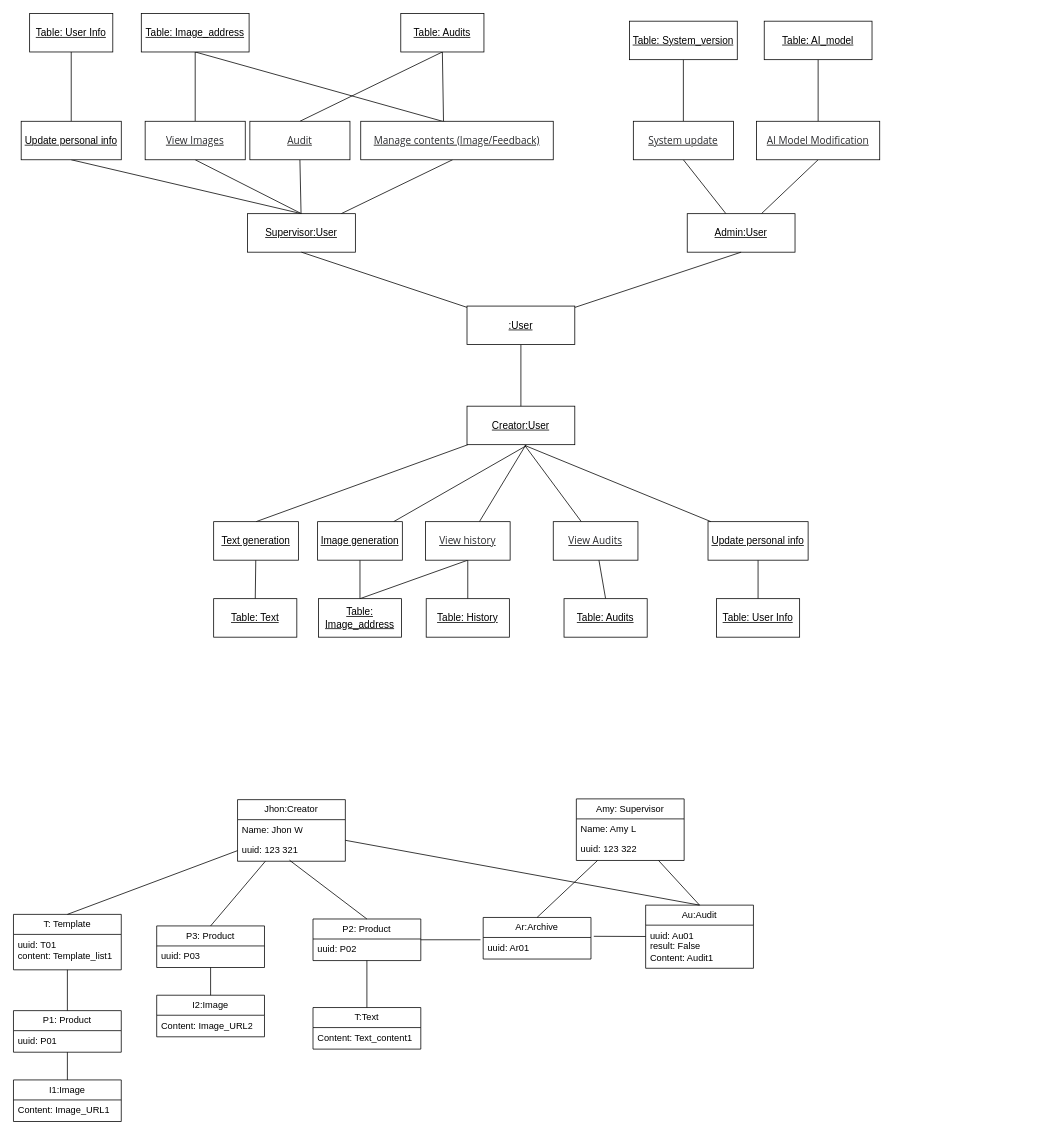
This is Documentation/Object diagram/Object Diagram.drawio from Darrenchenn/Model-based-software-design, a draw.io file, before an edit. Source tidied: cells renumbered, new cells numbered last; positions are measured from the earlier drawing's top-left corner, leaving out a move shared by most shapes. Both pictures are drawn from the tidied source at 77%, with x=0, y=0 at pixel (13, 13).
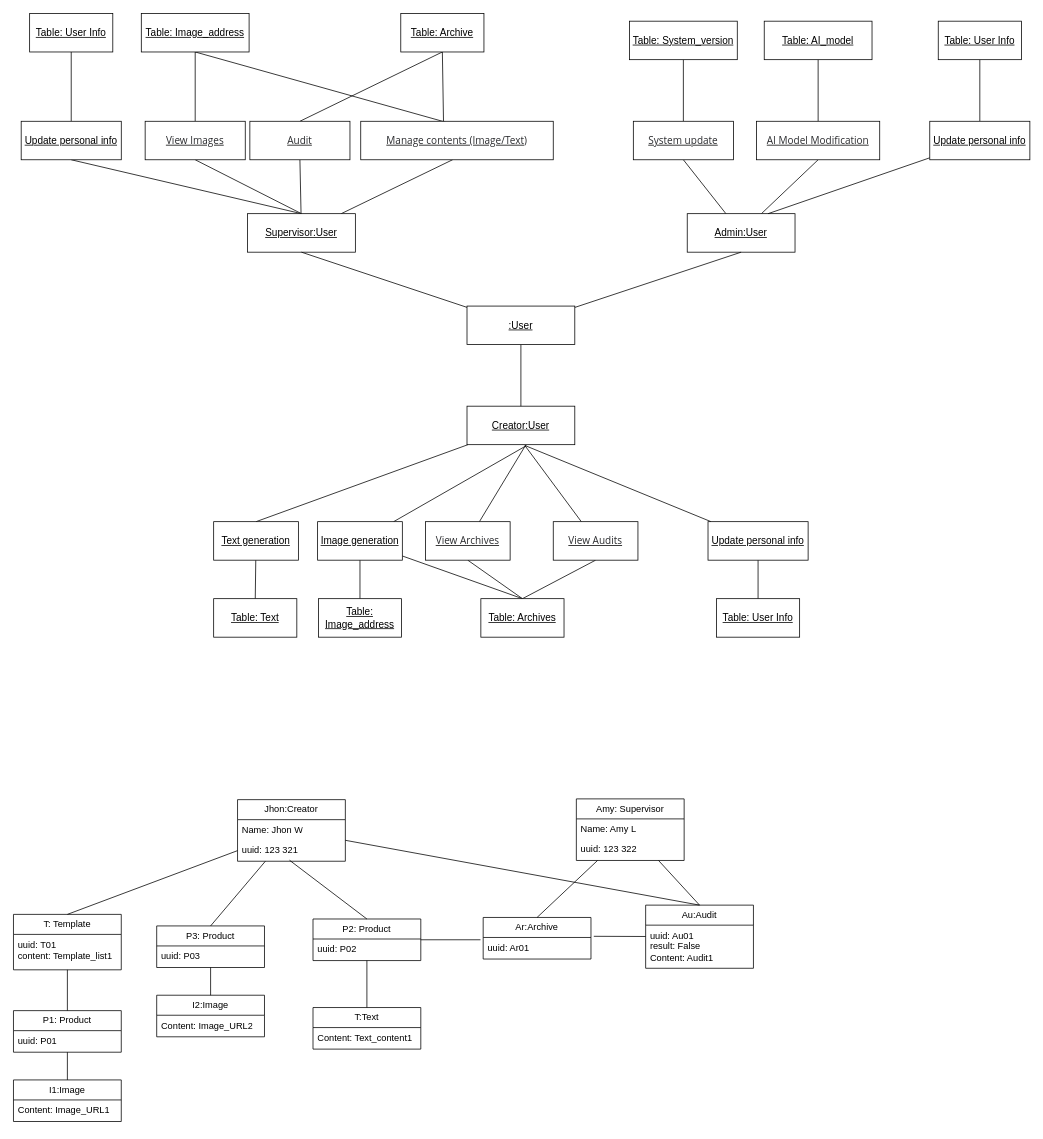
The same diagram, later.

Unchanged cells that the change refers to:
```xml
<mxCell id="9" value="Image generation" style="html=1;whiteSpace=wrap;fontSize=13;fontStyle=4;" parent="1" vertex="1">
  <mxGeometry x="395" y="660" width="110" height="50" as="geometry" />
</mxCell>
<mxCell id="14" value="&lt;ul style=&quot;box-sizing: border-box; margin: 0px; padding: 0px; color: rgb(42, 43, 46); font-family: &amp;quot;PingFang SC&amp;quot;, &amp;quot;Segoe UI&amp;quot;, Arial, &amp;quot;Microsoft YaHei&amp;quot;, 微软雅黑, 宋体, &amp;quot;Malgun Gothic&amp;quot;, sans-serif; font-size: 13px; text-align: start;&quot;&gt;&lt;li style=&quot;box-sizing: border-box; margin: 0px; padding: 0px; list-style: none; font-size: 13px;&quot;&gt;&lt;p style=&quot;box-sizing: border-box; margin: 0px 0px 2px; padding: 0px; line-height: 21px; display: inline; font-size: 13px;&quot; class=&quot;src grammarSection&quot;&gt;View Audits&lt;/p&gt;&lt;/li&gt;&lt;/ul&gt;" style="html=1;whiteSpace=wrap;fontSize=13;fontStyle=4;" parent="1" vertex="1">
  <mxGeometry x="701" y="660" width="110" height="50" as="geometry" />
</mxCell>
<mxCell id="20" value="Table: Image_address" style="rounded=0;whiteSpace=wrap;html=1;fontSize=13;fontStyle=4;" parent="1" vertex="1">
  <mxGeometry x="396" y="760" width="108" height="50" as="geometry" />
</mxCell>
<mxCell id="23" value="&lt;span style=&quot;font-size: 13px;&quot;&gt;Admin:User&lt;/span&gt;" style="html=1;whiteSpace=wrap;fontStyle=4;fontSize=13;" parent="1" vertex="1">
  <mxGeometry x="875" y="260" width="140" height="50" as="geometry" />
</mxCell>
```

Diff of the diagram source:
```diff
@@
+    <mxCell id="101" style="rounded=0;jettySize=auto;html=1;entryX=0.5;entryY=0;entryDx=0;entryDy=0;endArrow=none;endFill=0;" parent="1" edge="1" source="9" target="19">
+      <mxGeometry relative="1" as="geometry" />
+    </mxCell>
@@
-    <mxCell id="10" style="rounded=0;jettySize=auto;html=1;exitX=0.5;exitY=1;exitDx=0;exitDy=0;endArrow=none;endFill=0;fontSize=13;fontStyle=4;" parent="1" edge="1" source="12" target="19">
+    <mxCell id="10" style="rounded=0;jettySize=auto;html=1;exitX=0.5;exitY=1;exitDx=0;exitDy=0;endArrow=none;endFill=0;fontSize=13;fontStyle=4;entryX=0.5;entryY=0;entryDx=0;entryDy=0;" parent="1" edge="1" source="12" target="19">
       <mxGeometry relative="1" as="geometry" />
     </mxCell>
-    <mxCell id="11" style="rounded=0;jettySize=auto;html=1;entryX=0.5;entryY=0;entryDx=0;entryDy=0;endArrow=none;endFill=0;exitX=0.5;exitY=1;exitDx=0;exitDy=0;fontStyle=4;fontSize=13;" parent="1" edge="1" source="12" target="20">
-      <mxGeometry relative="1" as="geometry" />
-    </mxCell>
-    <mxCell id="12" value="&lt;ul style=&quot;box-sizing: border-box; margin: 0px; padding: 0px; color: rgb(42, 43, 46); font-family: &amp;quot;PingFang SC&amp;quot;, &amp;quot;Segoe UI&amp;quot;, Arial, &amp;quot;Microsoft YaHei&amp;quot;, 微软雅黑, 宋体, &amp;quot;Malgun Gothic&amp;quot;, sans-serif; font-size: 13px; text-align: start;&quot;&gt;&lt;li style=&quot;box-sizing: border-box; margin: 0px; padding: 0px; list-style: none; font-size: 13px;&quot;&gt;&lt;p style=&quot;box-sizing: border-box; margin: 0px 0px 2px; padding: 0px; line-height: 21px; display: inline; font-size: 13px; background-color: rgb(255, 255, 255);&quot; class=&quot;src grammarSection highlight&quot;&gt;View history&lt;/p&gt;&lt;/li&gt;&lt;/ul&gt;" style="html=1;whiteSpace=wrap;fontSize=13;fontStyle=4;" parent="1" vertex="1">
+    <mxCell id="12" value="&lt;ul style=&quot;box-sizing: border-box; margin: 0px; padding: 0px; color: rgb(42, 43, 46); font-family: &amp;quot;PingFang SC&amp;quot;, &amp;quot;Segoe UI&amp;quot;, Arial, &amp;quot;Microsoft YaHei&amp;quot;, 微软雅黑, 宋体, &amp;quot;Malgun Gothic&amp;quot;, sans-serif; font-size: 13px; text-align: start;&quot;&gt;&lt;li style=&quot;box-sizing: border-box; margin: 0px; padding: 0px; list-style: none; font-size: 13px;&quot;&gt;&lt;p style=&quot;box-sizing: border-box; margin: 0px 0px 2px; padding: 0px; line-height: 21px; display: inline; font-size: 13px; background-color: rgb(255, 255, 255);&quot; class=&quot;src grammarSection highlight&quot;&gt;View Archives&lt;/p&gt;&lt;/li&gt;&lt;/ul&gt;" style="html=1;whiteSpace=wrap;fontSize=13;fontStyle=4;" parent="1" vertex="1">
       <mxGeometry x="535" y="660" width="110" height="50" as="geometry" />
     </mxCell>
-    <mxCell id="13" style="rounded=0;jettySize=auto;html=1;entryX=0.5;entryY=0;entryDx=0;entryDy=0;endArrow=none;endFill=0;fontSize=13;fontStyle=4;" parent="1" edge="1" source="14" target="18">
+    <mxCell id="13" style="rounded=0;jettySize=auto;html=1;entryX=0.5;entryY=0;entryDx=0;entryDy=0;endArrow=none;endFill=0;fontSize=13;fontStyle=4;exitX=0.5;exitY=1;exitDx=0;exitDy=0;" parent="1" edge="1" source="14" target="19">
       <mxGeometry relative="1" as="geometry" />
     </mxCell>
@@
-    <mxCell id="18" value="Table: Audits" style="rounded=0;whiteSpace=wrap;html=1;fontSize=13;fontStyle=4;" parent="1" vertex="1">
-      <mxGeometry x="715" y="760" width="108" height="50" as="geometry" />
-    </mxCell>
-    <mxCell id="19" value="Table: History" style="rounded=0;whiteSpace=wrap;html=1;fontSize=13;fontStyle=4;" parent="1" vertex="1">
-      <mxGeometry x="536" y="760" width="108" height="50" as="geometry" />
+    <mxCell id="19" value="Table: Archives" style="rounded=0;whiteSpace=wrap;html=1;fontSize=13;fontStyle=4;" parent="1" vertex="1">
+      <mxGeometry x="607" y="760" width="108" height="50" as="geometry" />
     </mxCell>
@@
-    <mxCell id="34" value="&lt;ul style=&quot;box-sizing: border-box; margin: 0px; padding: 0px; color: rgb(42, 43, 46); font-family: &amp;quot;PingFang SC&amp;quot;, &amp;quot;Segoe UI&amp;quot;, Arial, &amp;quot;Microsoft YaHei&amp;quot;, 微软雅黑, 宋体, &amp;quot;Malgun Gothic&amp;quot;, sans-serif; font-size: 13px; text-align: start;&quot;&gt;&lt;li style=&quot;box-sizing: border-box; margin: 0px; padding: 0px; list-style: none; font-size: 13px;&quot;&gt;Manage contents (Image/Feedback)&lt;/li&gt;&lt;/ul&gt;" style="html=1;whiteSpace=wrap;fontSize=13;fontStyle=4;" parent="1" vertex="1">
+    <mxCell id="34" value="&lt;ul style=&quot;box-sizing: border-box; margin: 0px; padding: 0px; color: rgb(42, 43, 46); font-family: &amp;quot;PingFang SC&amp;quot;, &amp;quot;Segoe UI&amp;quot;, Arial, &amp;quot;Microsoft YaHei&amp;quot;, 微软雅黑, 宋体, &amp;quot;Malgun Gothic&amp;quot;, sans-serif; font-size: 13px; text-align: start;&quot;&gt;&lt;li style=&quot;box-sizing: border-box; margin: 0px; padding: 0px; list-style: none; font-size: 13px;&quot;&gt;Manage contents (Image/Text)&lt;/li&gt;&lt;/ul&gt;" style="html=1;whiteSpace=wrap;fontSize=13;fontStyle=4;" parent="1" vertex="1">
       <mxGeometry x="451" y="140" width="250" height="50" as="geometry" />
     </mxCell>
@@
-    <mxCell id="36" value="Table: Audits" style="rounded=0;whiteSpace=wrap;html=1;fontSize=13;fontStyle=4;" parent="1" vertex="1">
+    <mxCell id="36" value="Table: Archive" style="rounded=0;whiteSpace=wrap;html=1;fontSize=13;fontStyle=4;" parent="1" vertex="1">
       <mxGeometry x="503" width="108" height="50" as="geometry" />
     </mxCell>
@@
+    <mxCell id="102" style="rounded=0;jettySize=auto;html=1;entryX=0.5;entryY=1;entryDx=0;entryDy=0;endArrow=none;endFill=0;" parent="1" edge="1" source="104" target="105">
+      <mxGeometry relative="1" as="geometry" />
+    </mxCell>
+    <mxCell id="103" style="rounded=0;jettySize=auto;html=1;endArrow=none;endFill=0;entryX=0.75;entryY=0;entryDx=0;entryDy=0;" parent="1" edge="1" source="104" target="23">
+      <mxGeometry relative="1" as="geometry" />
+    </mxCell>
+    <mxCell id="104" value="Update personal info" style="html=1;whiteSpace=wrap;fontSize=13;fontStyle=4;" parent="1" vertex="1">
+      <mxGeometry x="1190" y="140" width="130" height="50" as="geometry" />
+    </mxCell>
+    <mxCell id="105" value="Table: User Info" style="rounded=0;whiteSpace=wrap;html=1;fontSize=13;fontStyle=4;" parent="1" vertex="1">
+      <mxGeometry x="1201" y="10" width="108" height="50" as="geometry" />
+    </mxCell>
```
